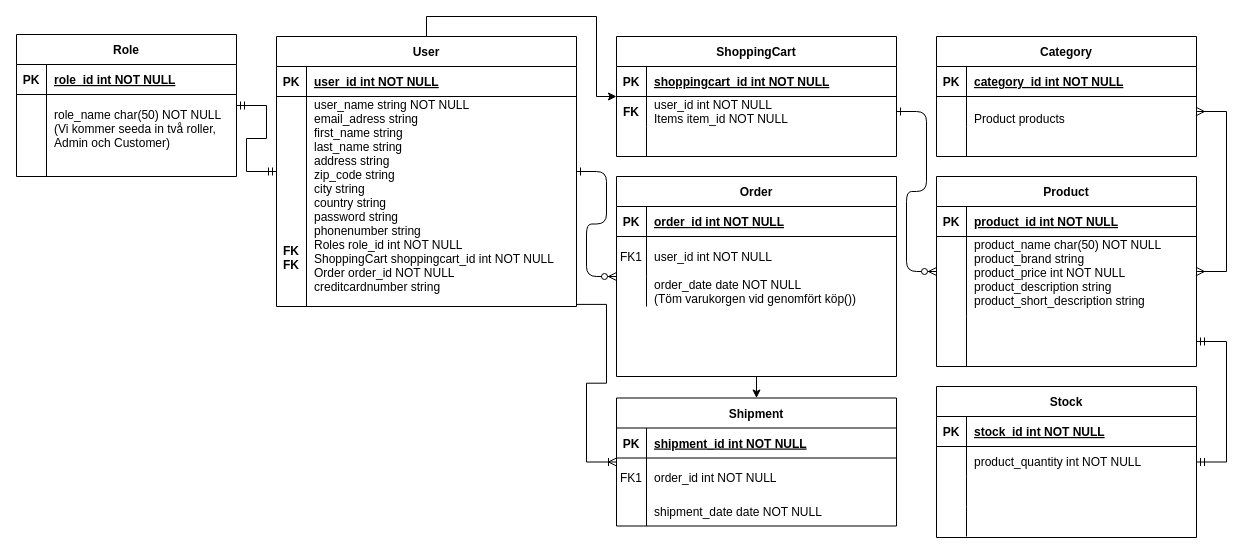
Above: Database Diagram.drawio in Saravasha/Lexicon_Project_Webshop_G10_G2 (draw.io), before the change. Source tidied: cells renumbered, new cells numbered last; positions are measured from the earlier drawing's top-left corner, leaving out a move shared by most shapes. Both pictures are drawn from the tidied source at 100%, with x=0, y=0 at pixel (16, 34).
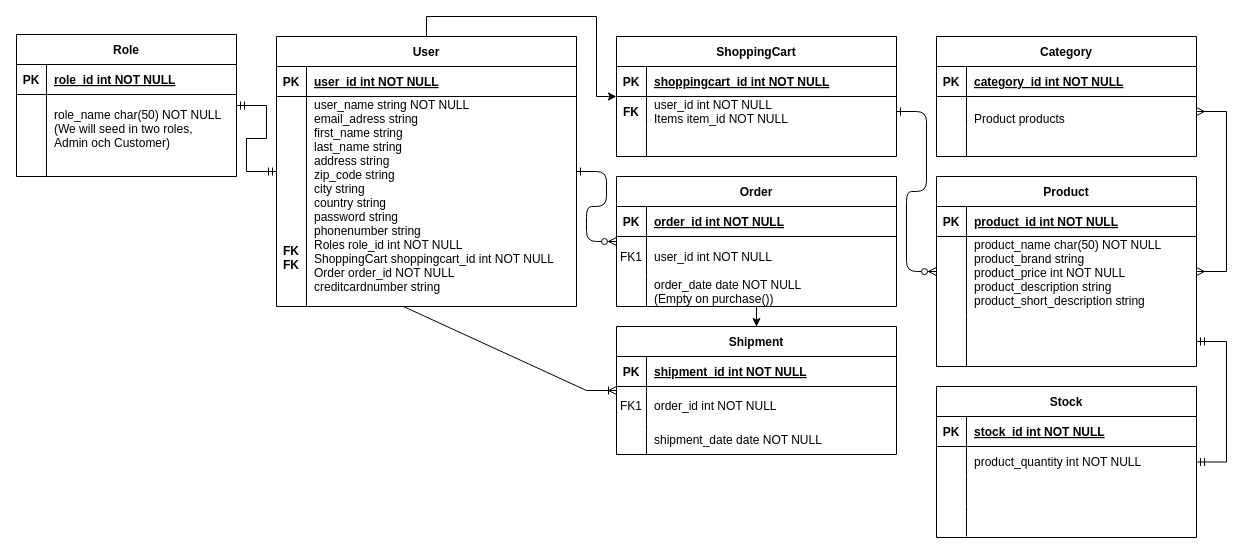
The same page after the edit.

Unchanged cells that the change refers to:
```xml
<mxCell id="11" style="shape=partialRectangle;fillColor=none;top=0;left=0;right=0;bottom=0;" parent="4" vertex="1">
  <mxGeometry y="100" width="280" height="30" as="geometry" />
</mxCell>
<mxCell id="28" style="shape=partialRectangle;fillColor=none;points=[[0,0.5],[1,0.5]];portConstraint=eastwest;top=0;left=0;right=0;bottom=0;" parent="24" vertex="1">
  <mxGeometry y="60" width="300" height="210" as="geometry" />
</mxCell>
<mxCell id="35" style="shape=partialRectangle;fillColor=none;top=0;left=0;right=0;bottom=0;" parent="31" vertex="1">
  <mxGeometry y="60" width="220" height="82" as="geometry" />
</mxCell>
```

What changed in the source:
```diff
@@
     <mxCell id="4" value="Order" style="shape=table;startSize=30;childLayout=tableLayout;rowLines=0;fontStyle=1;align=center;" parent="1" vertex="1">
-      <mxGeometry x="600" y="142" width="280" height="200" as="geometry" />
+      <mxGeometry x="600" y="142" width="280" height="130" as="geometry" />
     </mxCell>
@@
-    <mxCell id="13" value="order_date date NOT NULL&#10;(Töm varukorgen vid genomfört köp())&#10;" style="shape=partialRectangle;overflow=hidden;fillColor=none;top=0;left=0;bottom=0;right=0;align=left;spacingLeft=6;" parent="11" vertex="1">
+    <mxCell id="13" value="order_date date NOT NULL&#10;(Empty on purchase())&#10;" style="shape=partialRectangle;overflow=hidden;fillColor=none;top=0;left=0;bottom=0;right=0;align=left;spacingLeft=6;" parent="11" vertex="1">
       <mxGeometry x="30" width="250" height="30" as="geometry" />
     </mxCell>
     <mxCell id="14" value="Shipment" style="shape=table;startSize=30;childLayout=tableLayout;rowLines=0;fontStyle=1;align=center;" parent="1" vertex="1">
-      <mxGeometry x="600" y="363.5" width="280" height="128" as="geometry" />
+      <mxGeometry x="600" y="292" width="280" height="128" as="geometry" />
     </mxCell>
@@
-    <mxCell id="37" value="role_name char(50) NOT NULL&#10;(Vi kommer seeda in två roller, &#10;Admin och Customer)&#10;" style="shape=partialRectangle;overflow=hidden;fillColor=none;top=0;left=0;bottom=0;right=0;align=left;spacingLeft=6;" parent="35" vertex="1">
+    <mxCell id="37" value="role_name char(50) NOT NULL&#10;(We will seed in two roles, &#10;Admin och Customer)&#10;" style="shape=partialRectangle;overflow=hidden;fillColor=none;top=0;left=0;bottom=0;right=0;align=left;spacingLeft=6;" parent="35" vertex="1">
       <mxGeometry x="30" width="190" height="82" as="geometry" />
     </mxCell>
@@
-    <mxCell id="86" style="edgeStyle=entityRelationEdgeStyle;fontSize=12;html=1;endArrow=ERoneToMany;rounded=0;exitX=1;exitY=0.99;exitDx=0;exitDy=0;exitPerimeter=0;" parent="1" edge="1" source="28" target="14">
+    <mxCell id="86" style="edgeStyle=entityRelationEdgeStyle;fontSize=12;html=1;endArrow=ERoneToMany;rounded=0;exitX=0.323;exitY=1;exitDx=0;exitDy=0;exitPerimeter=0;" parent="1" edge="1" source="28" target="14">
       <mxGeometry relative="1" as="geometry" />
     </mxCell>
```
